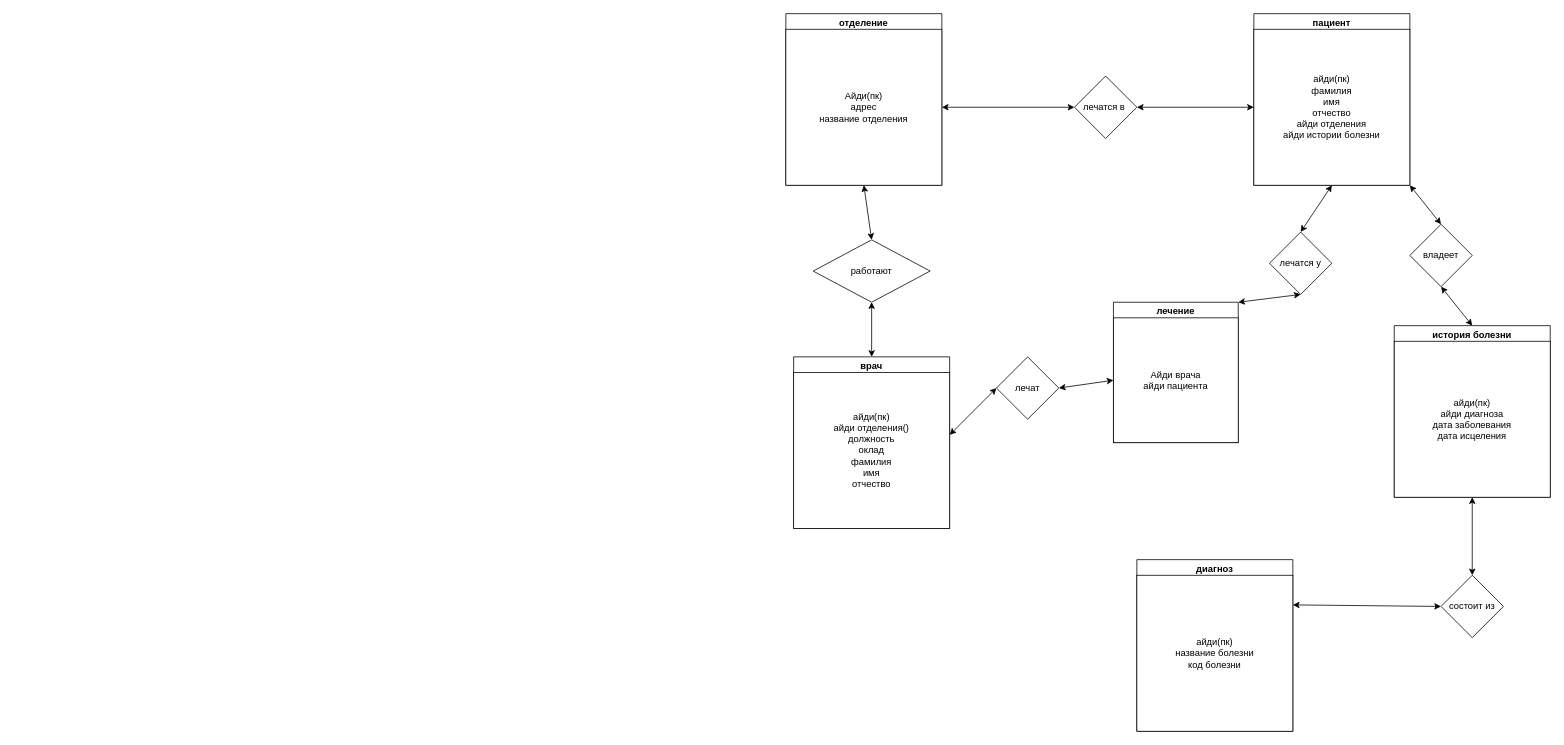
PatheticOTD/Small_Projects keeps this draw.io diagram as 2.drawio. Above is the earlier version. Source tidied: cells renumbered, new cells numbered last; positions are measured from the earlier drawing's top-left corner, leaving out a move shared by most shapes. Both pictures are drawn from the tidied source at 78%, with x=0, y=0 at pixel (785, 13).
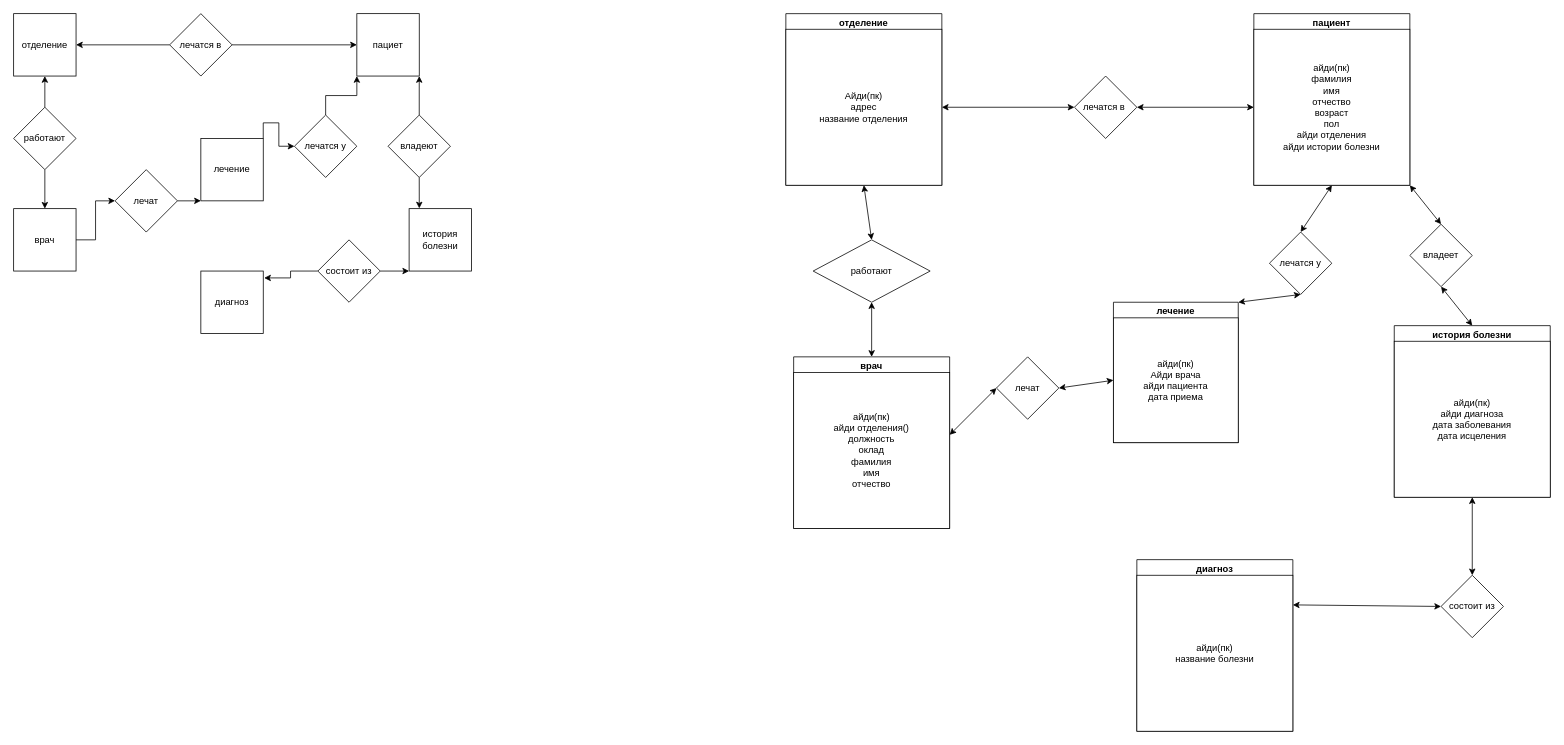
The same diagram, later.

The change refers to these unchanged cells:
```xml
<mxCell id="4" value="пациент" style="swimlane;whiteSpace=wrap;html=1;" parent="1" vertex="1">
  <mxGeometry x="600" width="200" height="220" as="geometry" />
</mxCell>
<mxCell id="10" value="диагноз" style="swimlane;whiteSpace=wrap;html=1;" parent="1" vertex="1">
  <mxGeometry x="450" y="700" width="200" height="220" as="geometry" />
</mxCell>
<mxCell id="12" value="лечение" style="swimlane;whiteSpace=wrap;html=1;" parent="1" vertex="1">
  <mxGeometry x="420" y="370" width="160" height="180" as="geometry" />
</mxCell>
```

Change to the diagram source:
```diff
@@
-    <mxCell id="5" value="айди(пк)&lt;br&gt;фамилия&lt;br&gt;имя&lt;br&gt;отчество&lt;br&gt;айди отделения&lt;br&gt;айди истории болезни" style="whiteSpace=wrap;html=1;" parent="4" vertex="1">
+    <mxCell id="5" value="айди(пк)&lt;br&gt;фамилия&lt;br&gt;имя&lt;br&gt;отчество&lt;br&gt;возраст&lt;br&gt;пол&lt;br&gt;айди отделения&lt;br&gt;айди истории болезни" style="whiteSpace=wrap;html=1;" parent="4" vertex="1">
       <mxGeometry y="20" width="200" height="200" as="geometry" />
     </mxCell>
@@
-    <mxCell id="11" value="айди(пк)&lt;br&gt;название болезни&lt;br&gt;код болезни&lt;br&gt;" style="whiteSpace=wrap;html=1;" parent="10" vertex="1">
+    <mxCell id="11" value="айди(пк)&lt;br&gt;название болезни" style="whiteSpace=wrap;html=1;" parent="10" vertex="1">
       <mxGeometry y="20" width="200" height="200" as="geometry" />
     </mxCell>
@@
-    <mxCell id="13" value="Айди врача&lt;br&gt;айди пациента" style="whiteSpace=wrap;html=1;" parent="12" vertex="1">
+    <mxCell id="13" value="айди(пк)&lt;br&gt;Айди врача&lt;br&gt;айди пациента&lt;br&gt;дата приема" style="whiteSpace=wrap;html=1;" parent="12" vertex="1">
       <mxGeometry y="20" width="160" height="160" as="geometry" />
     </mxCell>
@@
+    <mxCell id="32" value="отделение" style="whiteSpace=wrap;html=1;" parent="1" vertex="1">
+      <mxGeometry x="-990" width="80" height="80" as="geometry" />
+    </mxCell>
+    <mxCell id="33" value="пациет" style="whiteSpace=wrap;html=1;" parent="1" vertex="1">
+      <mxGeometry x="-550" width="80" height="80" as="geometry" />
+    </mxCell>
+    <mxCell id="34" style="edgeStyle=orthogonalEdgeStyle;rounded=0;jettySize=auto;html=1;exitX=1;exitY=0.5;exitDx=0;exitDy=0;" parent="1" edge="1" source="35" target="49">
+      <mxGeometry relative="1" as="geometry" />
+    </mxCell>
+    <mxCell id="35" value="врач" style="whiteSpace=wrap;html=1;" parent="1" vertex="1">
+      <mxGeometry x="-990" y="250" width="80" height="80" as="geometry" />
+    </mxCell>
+    <mxCell id="36" value="история болезни" style="whiteSpace=wrap;html=1;" parent="1" vertex="1">
+      <mxGeometry x="-483" y="250" width="80" height="80" as="geometry" />
+    </mxCell>
+    <mxCell id="37" style="edgeStyle=orthogonalEdgeStyle;rounded=0;jettySize=auto;html=1;exitX=1;exitY=0;exitDx=0;exitDy=0;entryX=0;entryY=0.5;entryDx=0;entryDy=0;" parent="1" edge="1" source="38" target="47">
+      <mxGeometry relative="1" as="geometry" />
+    </mxCell>
+    <mxCell id="38" value="лечение" style="whiteSpace=wrap;html=1;" parent="1" vertex="1">
+      <mxGeometry x="-750" y="160" width="80" height="80" as="geometry" />
+    </mxCell>
+    <mxCell id="39" value="диагноз" style="whiteSpace=wrap;html=1;" parent="1" vertex="1">
+      <mxGeometry x="-750" y="330" width="80" height="80" as="geometry" />
+    </mxCell>
+    <mxCell id="40" style="edgeStyle=orthogonalEdgeStyle;rounded=0;jettySize=auto;html=1;exitX=0.5;exitY=0;exitDx=0;exitDy=0;entryX=0.5;entryY=1;entryDx=0;entryDy=0;" parent="1" edge="1" source="42" target="32">
+      <mxGeometry relative="1" as="geometry" />
+    </mxCell>
+    <mxCell id="41" style="edgeStyle=orthogonalEdgeStyle;rounded=0;jettySize=auto;html=1;exitX=0.5;exitY=1;exitDx=0;exitDy=0;" parent="1" edge="1" source="42" target="35">
+      <mxGeometry relative="1" as="geometry" />
+    </mxCell>
+    <mxCell id="42" value="работают" style="rhombus;whiteSpace=wrap;html=1;" parent="1" vertex="1">
+      <mxGeometry x="-990" y="120" width="80" height="80" as="geometry" />
+    </mxCell>
+    <mxCell id="43" style="edgeStyle=orthogonalEdgeStyle;rounded=0;jettySize=auto;html=1;exitX=1;exitY=0.5;exitDx=0;exitDy=0;" parent="1" edge="1" source="45" target="33">
+      <mxGeometry relative="1" as="geometry" />
+    </mxCell>
+    <mxCell id="44" style="edgeStyle=orthogonalEdgeStyle;rounded=0;jettySize=auto;html=1;exitX=0;exitY=0.5;exitDx=0;exitDy=0;entryX=1;entryY=0.5;entryDx=0;entryDy=0;" parent="1" edge="1" source="45" target="32">
+      <mxGeometry relative="1" as="geometry" />
+    </mxCell>
+    <mxCell id="45" value="лечатся в" style="rhombus;whiteSpace=wrap;html=1;" parent="1" vertex="1">
+      <mxGeometry x="-790" width="80" height="80" as="geometry" />
+    </mxCell>
+    <mxCell id="46" style="edgeStyle=orthogonalEdgeStyle;rounded=0;jettySize=auto;html=1;exitX=0.5;exitY=0;exitDx=0;exitDy=0;entryX=0;entryY=1;entryDx=0;entryDy=0;" parent="1" edge="1" source="47" target="33">
+      <mxGeometry relative="1" as="geometry" />
+    </mxCell>
+    <mxCell id="47" value="лечатся у" style="rhombus;whiteSpace=wrap;html=1;" parent="1" vertex="1">
+      <mxGeometry x="-630" y="130" width="80" height="80" as="geometry" />
+    </mxCell>
+    <mxCell id="48" style="edgeStyle=orthogonalEdgeStyle;rounded=0;jettySize=auto;html=1;exitX=1;exitY=0.5;exitDx=0;exitDy=0;" parent="1" edge="1" source="49">
+      <mxGeometry relative="1" as="geometry">
+        <mxPoint x="-750" y="240.4" as="targetPoint" />
+      </mxGeometry>
+    </mxCell>
+    <mxCell id="49" value="лечат" style="rhombus;whiteSpace=wrap;html=1;" parent="1" vertex="1">
+      <mxGeometry x="-860" y="200" width="80" height="80" as="geometry" />
+    </mxCell>
+    <mxCell id="50" style="edgeStyle=orthogonalEdgeStyle;rounded=0;jettySize=auto;html=1;exitX=0.5;exitY=0;exitDx=0;exitDy=0;entryX=1;entryY=1;entryDx=0;entryDy=0;" parent="1" edge="1" source="51" target="33">
+      <mxGeometry relative="1" as="geometry" />
+    </mxCell>
+    <mxCell id="51" value="владеют" style="rhombus;whiteSpace=wrap;html=1;" parent="1" vertex="1">
+      <mxGeometry x="-510" y="130" width="80" height="80" as="geometry" />
+    </mxCell>
+    <mxCell id="52" style="edgeStyle=orthogonalEdgeStyle;rounded=0;jettySize=auto;html=1;exitX=0.5;exitY=1;exitDx=0;exitDy=0;entryX=0.163;entryY=-0.004;entryDx=0;entryDy=0;entryPerimeter=0;" parent="1" edge="1" source="51" target="36">
+      <mxGeometry relative="1" as="geometry" />
+    </mxCell>
+    <mxCell id="53" style="edgeStyle=orthogonalEdgeStyle;rounded=0;jettySize=auto;html=1;exitX=1;exitY=0.5;exitDx=0;exitDy=0;entryX=0;entryY=1;entryDx=0;entryDy=0;" parent="1" edge="1" source="54" target="36">
+      <mxGeometry relative="1" as="geometry" />
+    </mxCell>
+    <mxCell id="54" value="состоит из" style="rhombus;whiteSpace=wrap;html=1;" parent="1" vertex="1">
+      <mxGeometry x="-600" y="290" width="80" height="80" as="geometry" />
+    </mxCell>
+    <mxCell id="55" style="edgeStyle=orthogonalEdgeStyle;rounded=0;jettySize=auto;html=1;exitX=0;exitY=0.5;exitDx=0;exitDy=0;entryX=1.015;entryY=0.11;entryDx=0;entryDy=0;entryPerimeter=0;" parent="1" edge="1" source="54" target="39">
+      <mxGeometry relative="1" as="geometry" />
+    </mxCell>
```
